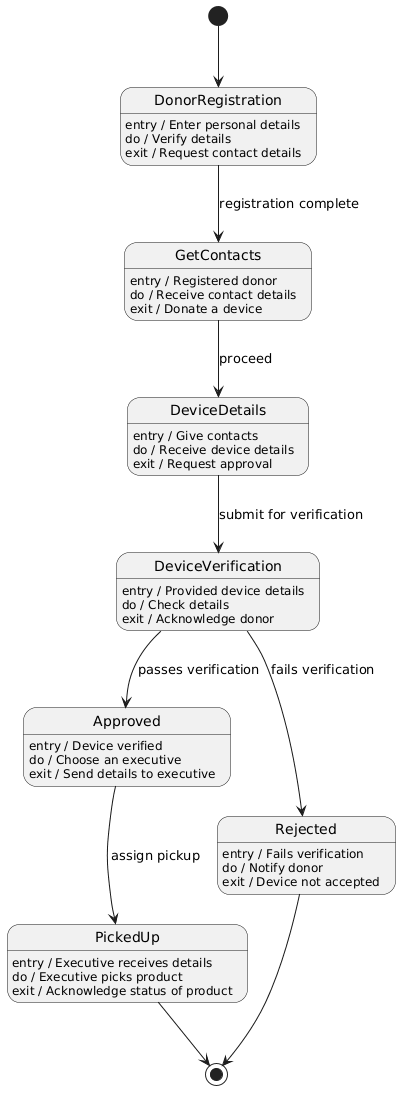
Before: dataset/case_10_device_handout/plantuml.png, a diagram exported from PlantUML (maimunafaria/State_transition_Diagram_generated_by_LLM). Its diagram source:
```plantuml
@startuml
[*] --> DonorRegistration

DonorRegistration : entry / Enter personal details
DonorRegistration : do / Verify details
DonorRegistration : exit / Request contact details

DonorRegistration --> GetContacts : registration complete

GetContacts : entry / Registered donor
GetContacts : do / Receive contact details
GetContacts : exit / Donate a device

GetContacts --> DeviceDetails : proceed

DeviceDetails : entry / Give contacts
DeviceDetails : do / Receive device details
DeviceDetails : exit / Request approval

DeviceDetails --> DeviceVerification : submit for verification

DeviceVerification : entry / Provided device details
DeviceVerification : do / Check details
DeviceVerification : exit / Acknowledge donor

DeviceVerification --> Approved : passes verification
DeviceVerification --> Rejected : fails verification

Approved : entry / Device verified
Approved : do / Choose an executive
Approved : exit / Send details to executive

Approved --> PickedUp : assign pickup

PickedUp : entry / Executive receives details
PickedUp : do / Executive picks product
PickedUp : exit / Acknowledge status of product

PickedUp --> [*]

Rejected : entry / Fails verification
Rejected : do / Notify donor
Rejected : exit / Device not accepted

Rejected --> [*]
@enduml
```
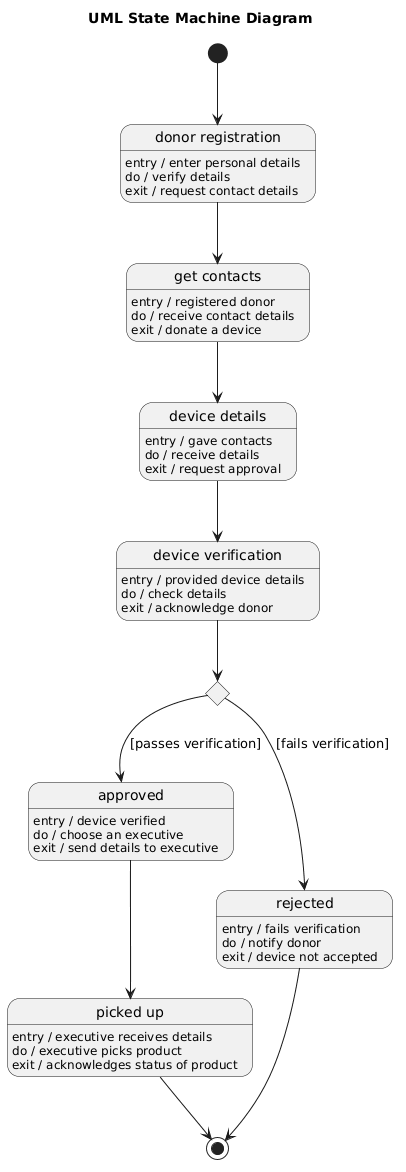
After the commit.

Diff of the diagram source:
```diff
@@ -1,46 +1,55 @@
 @startuml
+title UML State Machine Diagram
+
 [*] --> DonorRegistration
 
-DonorRegistration : entry / Enter personal details
-DonorRegistration : do / Verify details
-DonorRegistration : exit / Request contact details
+state "donor registration" as DonorRegistration
+DonorRegistration : entry / enter personal details
+DonorRegistration : do / verify details
+DonorRegistration : exit / request contact details
 
-DonorRegistration --> GetContacts : registration complete
+state "get contacts" as GetContacts
+GetContacts : entry / registered donor
+GetContacts : do / receive contact details
+GetContacts : exit / donate a device
 
-GetContacts : entry / Registered donor
-GetContacts : do / Receive contact details
-GetContacts : exit / Donate a device
+state "device details" as DeviceDetails
+DeviceDetails : entry / gave contacts
+DeviceDetails : do / receive details
+DeviceDetails : exit / request approval
 
-GetContacts --> DeviceDetails : proceed
+state "device verification" as DeviceVerification
+DeviceVerification : entry / provided device details
+DeviceVerification : do / check details
+DeviceVerification : exit / acknowledge donor
 
-DeviceDetails : entry / Give contacts
-DeviceDetails : do / Receive device details
-DeviceDetails : exit / Request approval
+state Decision <<choice>>
 
-DeviceDetails --> DeviceVerification : submit for verification
+state approved
+approved : entry / device verified
+approved : do / choose an executive
+approved : exit / send details to executive
 
-DeviceVerification : entry / Provided device details
-DeviceVerification : do / Check details
-DeviceVerification : exit / Acknowledge donor
+state rejected
+rejected : entry / fails verification
+rejected : do / notify donor
+rejected : exit / device not accepted
 
-DeviceVerification --> Approved : passes verification
-DeviceVerification --> Rejected : fails verification
+state "picked up" as PickedUp
+PickedUp : entry / executive receives details
+PickedUp : do / executive picks product
+PickedUp : exit / acknowledges status of product
 
-Approved : entry / Device verified
-Approved : do / Choose an executive
-Approved : exit / Send details to executive
+DonorRegistration --> GetContacts
+GetContacts --> DeviceDetails
+DeviceDetails --> DeviceVerification
+DeviceVerification --> Decision
 
-Approved --> PickedUp : assign pickup
+Decision --> approved : [passes verification]
+Decision --> rejected : [fails verification]
 
-PickedUp : entry / Executive receives details
-PickedUp : do / Executive picks product
-PickedUp : exit / Acknowledge status of product
+approved --> PickedUp
 
 PickedUp --> [*]
-
-Rejected : entry / Fails verification
-Rejected : do / Notify donor
-Rejected : exit / Device not accepted
-
-Rejected --> [*]
+rejected --> [*]
 @enduml
```
